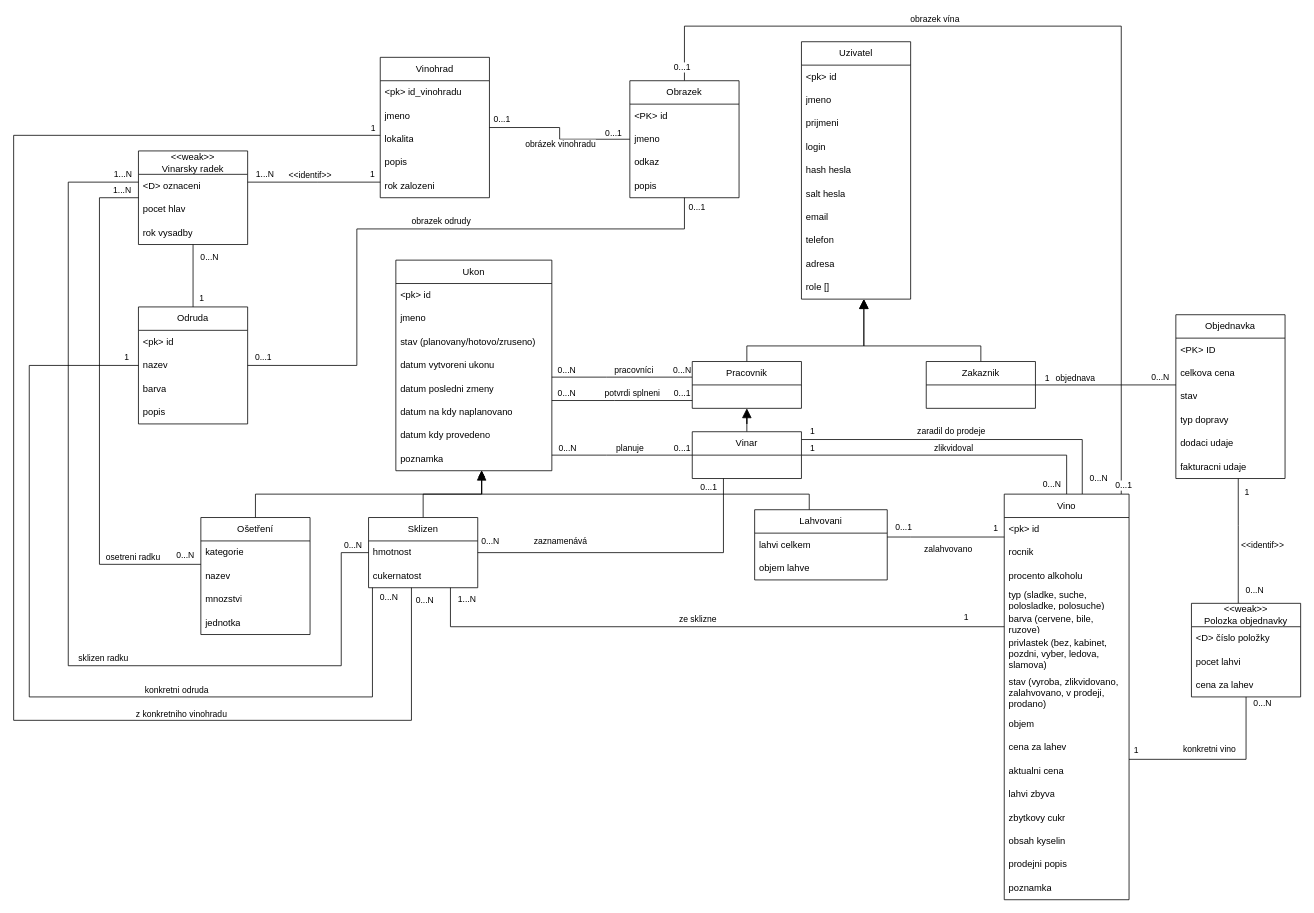
Earlier version of the draw.io diagram docs/iis_er.drawio (MiroSatona/winery-information-system). Source tidied: cells renumbered, new cells numbered last; positions are measured from the earlier drawing's top-left corner, leaving out a move shared by most shapes. Both pictures are drawn from the tidied source at 78%, with x=0, y=0 at pixel (13, 26).
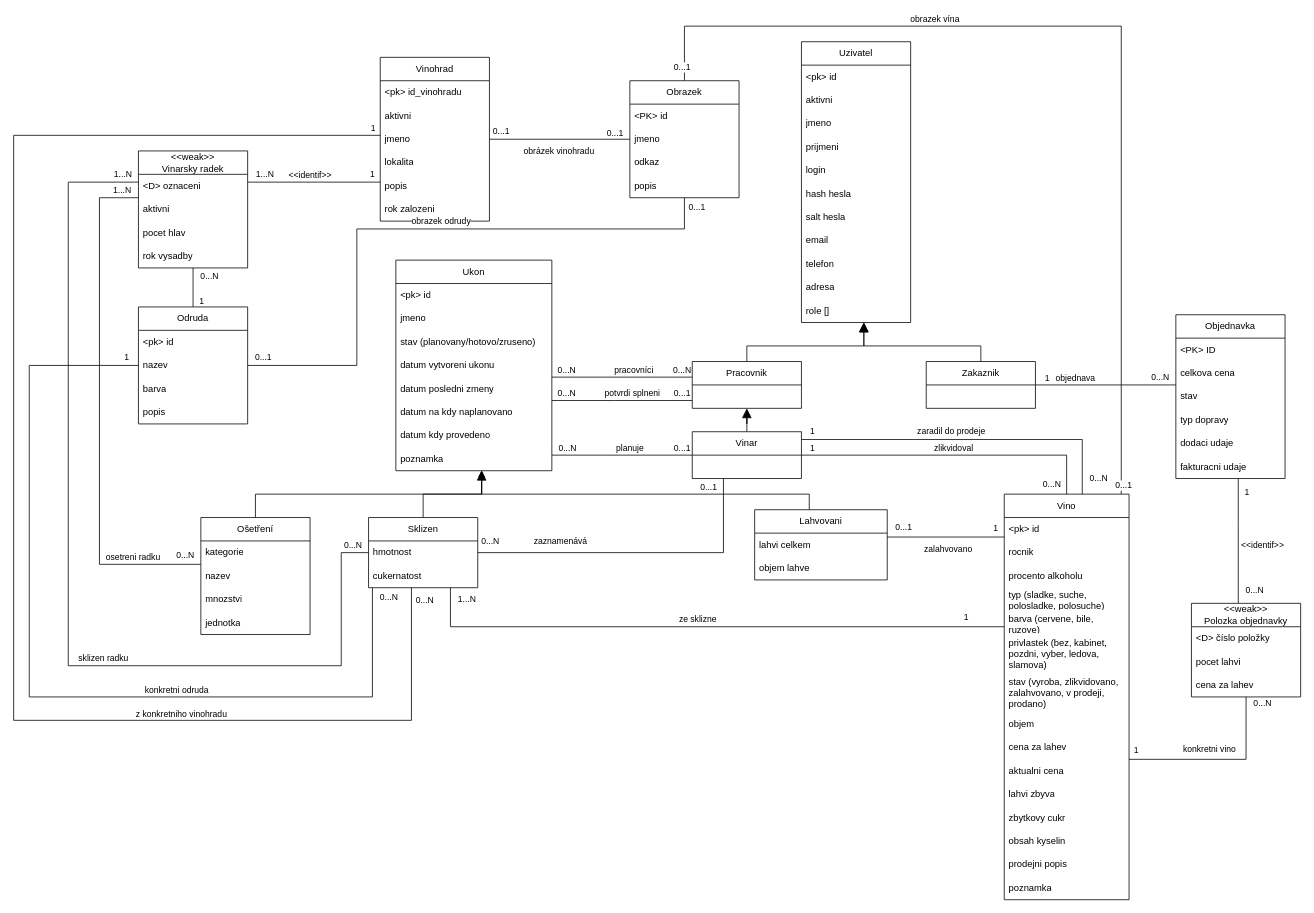
The same page after the edit.

The edit, as a diff of the source:
```diff
@@
     <mxCell id="6" value="&lt;div&gt;Vinohrad&lt;/div&gt;" style="swimlane;fontStyle=0;horizontal=1;startSize=30;whiteSpace=wrap;html=1;" parent="1" vertex="1">
-      <mxGeometry x="470" y="40" width="140" height="180" as="geometry" />
+      <mxGeometry x="470" y="40" width="140" height="210" as="geometry" />
     </mxCell>
@@
+    <mxCell id="168" value="aktivni" style="text;strokeColor=none;fillColor=none;align=left;verticalAlign=middle;spacingLeft=4;spacingRight=4;overflow=hidden;whiteSpace=wrap;html=1;" parent="6" vertex="1">
+      <mxGeometry y="60" width="140" height="30" as="geometry" />
+    </mxCell>
     <mxCell id="8" value="&lt;div&gt;jmeno&lt;/div&gt;" style="text;strokeColor=none;fillColor=none;align=left;verticalAlign=middle;spacingLeft=4;spacingRight=4;overflow=hidden;whiteSpace=wrap;html=1;" parent="6" vertex="1">
-      <mxGeometry y="60" width="140" height="30" as="geometry" />
+      <mxGeometry y="90" width="140" height="30" as="geometry" />
     </mxCell>
     <mxCell id="9" value="lokalita" style="text;strokeColor=none;fillColor=none;align=left;verticalAlign=middle;spacingLeft=4;spacingRight=4;overflow=hidden;whiteSpace=wrap;html=1;" parent="6" vertex="1">
-      <mxGeometry y="90" width="140" height="30" as="geometry" />
+      <mxGeometry y="120" width="140" height="30" as="geometry" />
     </mxCell>
     <mxCell id="10" value="popis" style="text;strokeColor=none;fillColor=none;align=left;verticalAlign=middle;spacingLeft=4;spacingRight=4;overflow=hidden;whiteSpace=wrap;html=1;" parent="6" vertex="1">
-      <mxGeometry y="120" width="140" height="30" as="geometry" />
+      <mxGeometry y="150" width="140" height="30" as="geometry" />
     </mxCell>
     <mxCell id="11" value="rok zalozeni" style="text;strokeColor=none;fillColor=none;align=left;verticalAlign=middle;spacingLeft=4;spacingRight=4;overflow=hidden;whiteSpace=wrap;html=1;" parent="6" vertex="1">
-      <mxGeometry y="150" width="140" height="30" as="geometry" />
+      <mxGeometry y="180" width="140" height="30" as="geometry" />
     </mxCell>
@@
     <mxCell id="16" value="&lt;div&gt;&amp;lt;&amp;lt;weak&amp;gt;&amp;gt;&lt;/div&gt;Vinarsky radek" style="swimlane;fontStyle=0;horizontal=1;startSize=30;whiteSpace=wrap;html=1;" parent="1" vertex="1">
-      <mxGeometry x="160" y="160" width="140" height="120" as="geometry" />
+      <mxGeometry x="160" y="160" width="140" height="150" as="geometry" />
     </mxCell>
@@
+    <mxCell id="169" value="aktivni" style="text;strokeColor=none;fillColor=none;align=left;verticalAlign=middle;spacingLeft=4;spacingRight=4;overflow=hidden;whiteSpace=wrap;html=1;" parent="16" vertex="1">
+      <mxGeometry y="60" width="140" height="30" as="geometry" />
+    </mxCell>
     <mxCell id="18" value="pocet hlav" style="text;strokeColor=none;fillColor=none;align=left;verticalAlign=middle;spacingLeft=4;spacingRight=4;overflow=hidden;whiteSpace=wrap;html=1;" parent="16" vertex="1">
-      <mxGeometry y="60" width="140" height="30" as="geometry" />
+      <mxGeometry y="90" width="140" height="30" as="geometry" />
     </mxCell>
     <mxCell id="19" value="rok vysadby" style="text;strokeColor=none;fillColor=none;align=left;verticalAlign=middle;spacingLeft=4;spacingRight=4;overflow=hidden;whiteSpace=wrap;html=1;" parent="16" vertex="1">
-      <mxGeometry y="90" width="140" height="30" as="geometry" />
+      <mxGeometry y="120" width="140" height="30" as="geometry" />
     </mxCell>
@@
     <mxCell id="90" value="Uzivatel" style="swimlane;fontStyle=0;horizontal=1;startSize=30;whiteSpace=wrap;html=1;" parent="1" vertex="1">
-      <mxGeometry x="1010" y="20" width="140" height="330" as="geometry" />
+      <mxGeometry x="1010" y="20" width="140" height="360" as="geometry" />
     </mxCell>
@@
+    <mxCell id="170" value="aktivni" style="text;strokeColor=none;fillColor=none;align=left;verticalAlign=middle;spacingLeft=4;spacingRight=4;overflow=hidden;whiteSpace=wrap;html=1;" parent="90" vertex="1">
+      <mxGeometry y="60" width="140" height="30" as="geometry" />
+    </mxCell>
     <mxCell id="92" value="jmeno" style="text;strokeColor=none;fillColor=none;align=left;verticalAlign=middle;spacingLeft=4;spacingRight=4;overflow=hidden;whiteSpace=wrap;html=1;" parent="90" vertex="1">
-      <mxGeometry y="60" width="140" height="30" as="geometry" />
+      <mxGeometry y="90" width="140" height="30" as="geometry" />
     </mxCell>
     <mxCell id="93" value="prijmeni" style="text;strokeColor=none;fillColor=none;align=left;verticalAlign=middle;spacingLeft=4;spacingRight=4;overflow=hidden;whiteSpace=wrap;html=1;" parent="90" vertex="1">
-      <mxGeometry y="90" width="140" height="30" as="geometry" />
+      <mxGeometry y="120" width="140" height="30" as="geometry" />
     </mxCell>
     <mxCell id="94" value="login" style="text;strokeColor=none;fillColor=none;align=left;verticalAlign=middle;spacingLeft=4;spacingRight=4;overflow=hidden;whiteSpace=wrap;html=1;" parent="90" vertex="1">
-      <mxGeometry y="120" width="140" height="30" as="geometry" />
+      <mxGeometry y="150" width="140" height="30" as="geometry" />
     </mxCell>
     <mxCell id="95" value="hash hesla" style="text;strokeColor=none;fillColor=none;align=left;verticalAlign=middle;spacingLeft=4;spacingRight=4;overflow=hidden;whiteSpace=wrap;html=1;" parent="90" vertex="1">
-      <mxGeometry y="150" width="140" height="30" as="geometry" />
+      <mxGeometry y="180" width="140" height="30" as="geometry" />
     </mxCell>
     <mxCell id="96" value="salt hesla" style="text;strokeColor=none;fillColor=none;align=left;verticalAlign=middle;spacingLeft=4;spacingRight=4;overflow=hidden;whiteSpace=wrap;html=1;" parent="90" vertex="1">
-      <mxGeometry y="180" width="140" height="30" as="geometry" />
+      <mxGeometry y="210" width="140" height="30" as="geometry" />
     </mxCell>
     <mxCell id="97" value="email" style="text;strokeColor=none;fillColor=none;align=left;verticalAlign=middle;spacingLeft=4;spacingRight=4;overflow=hidden;whiteSpace=wrap;html=1;" parent="90" vertex="1">
-      <mxGeometry y="210" width="140" height="30" as="geometry" />
+      <mxGeometry y="240" width="140" height="30" as="geometry" />
     </mxCell>
     <mxCell id="98" value="telefon" style="text;strokeColor=none;fillColor=none;align=left;verticalAlign=middle;spacingLeft=4;spacingRight=4;overflow=hidden;whiteSpace=wrap;html=1;" parent="90" vertex="1">
-      <mxGeometry y="240" width="140" height="30" as="geometry" />
+      <mxGeometry y="270" width="140" height="30" as="geometry" />
     </mxCell>
     <mxCell id="99" value="adresa" style="text;strokeColor=none;fillColor=none;align=left;verticalAlign=middle;spacingLeft=4;spacingRight=4;overflow=hidden;whiteSpace=wrap;html=1;" parent="90" vertex="1">
-      <mxGeometry y="270" width="140" height="30" as="geometry" />
+      <mxGeometry y="300" width="140" height="30" as="geometry" />
     </mxCell>
     <mxCell id="100" value="role []" style="text;strokeColor=none;fillColor=none;align=left;verticalAlign=middle;spacingLeft=4;spacingRight=4;overflow=hidden;whiteSpace=wrap;html=1;" parent="90" vertex="1">
-      <mxGeometry y="300" width="140" height="30" as="geometry" />
+      <mxGeometry y="330" width="140" height="30" as="geometry" />
     </mxCell>
```
